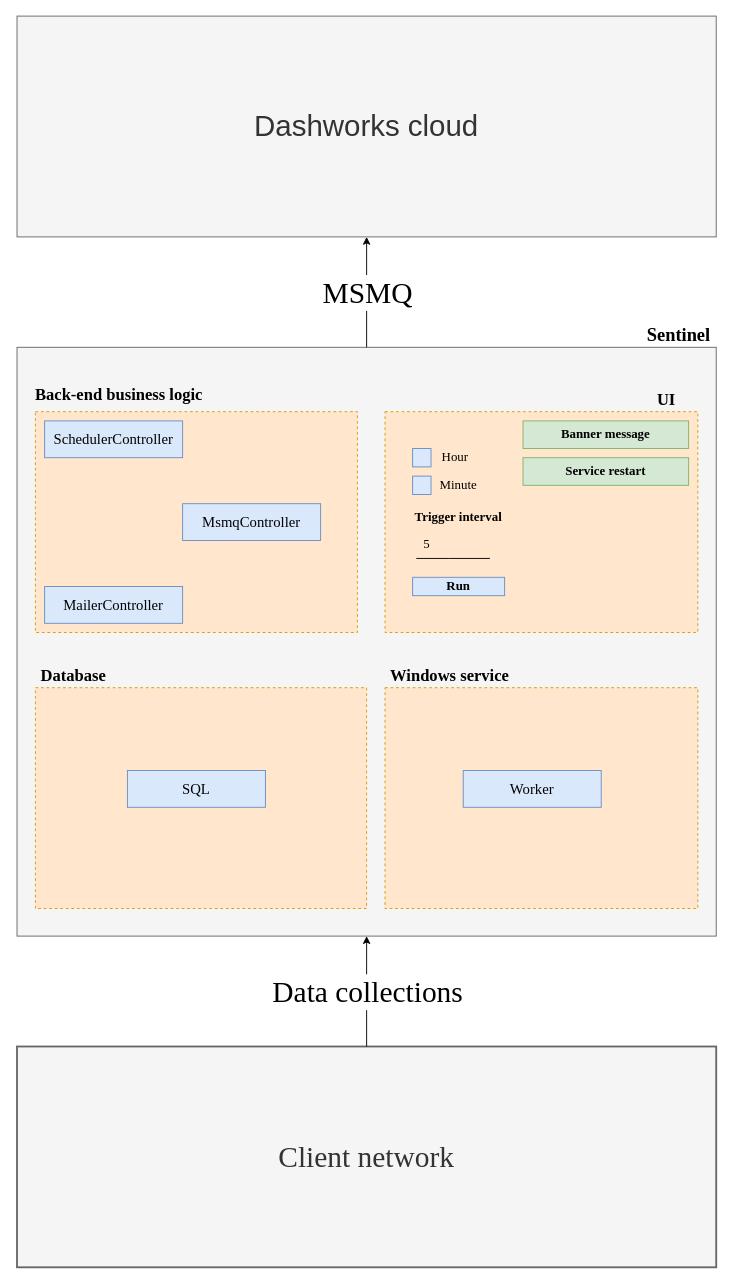
Above: src/assets/Untitled Diagram.drawio in ValeryYuntsevich/ag-grid (draw.io), before the change. Source tidied: cells renumbered, new cells numbered last; positions are measured from the earlier drawing's top-left corner, leaving out a move shared by most shapes. Both pictures are drawn from the tidied source at 92%, with x=0, y=0 at pixel (17, 16).
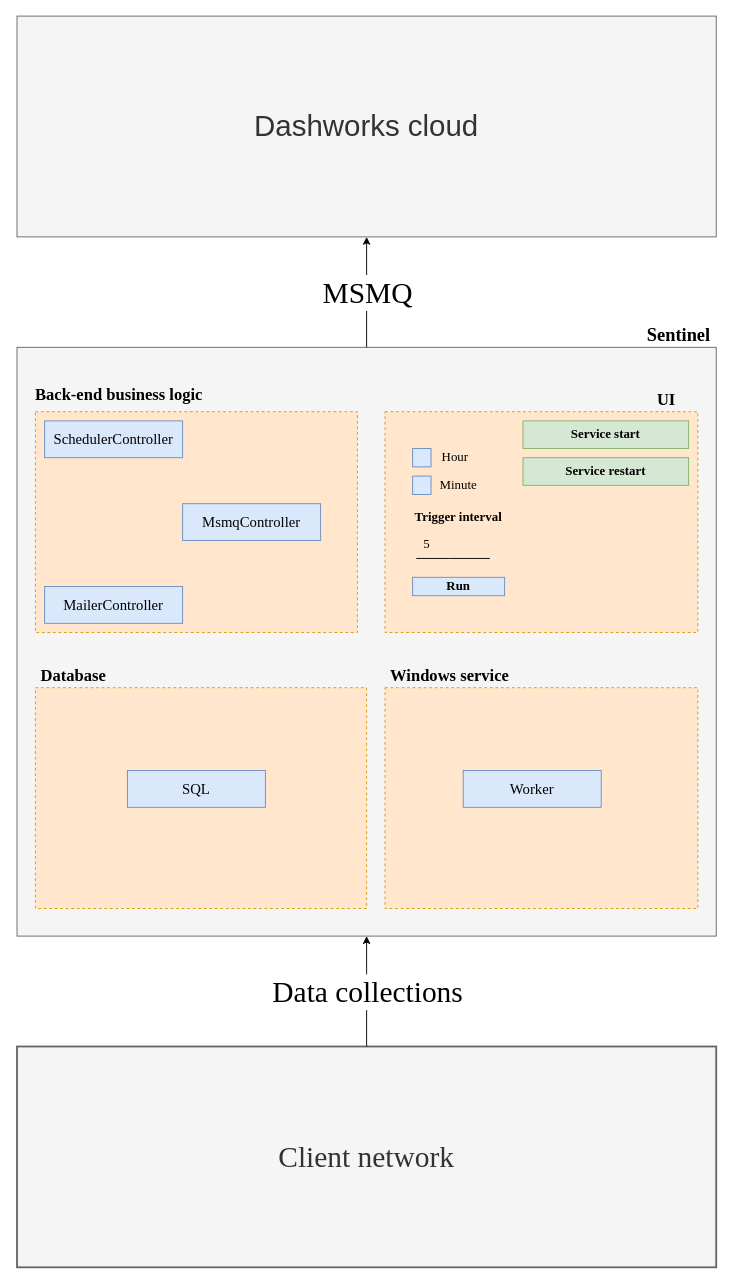
After the change.

Diff of the diagram source:
```diff
@@
-    <mxCell id="14" value="Banner message" style="rounded=0;whiteSpace=wrap;html=1;fontFamily=Times New Roman;fontSize=14;strokeWidth=1;fontStyle=1;fillColor=#d5e8d4;strokeColor=#82b366;" parent="1" vertex="1">
+    <mxCell id="14" value="Service start" style="rounded=0;whiteSpace=wrap;html=1;fontFamily=Times New Roman;fontSize=14;strokeWidth=1;fontStyle=1;fillColor=#d5e8d4;strokeColor=#82b366;" parent="1" vertex="1">
       <mxGeometry x="550" y="440" width="180" height="30" as="geometry" />
     </mxCell>
```
